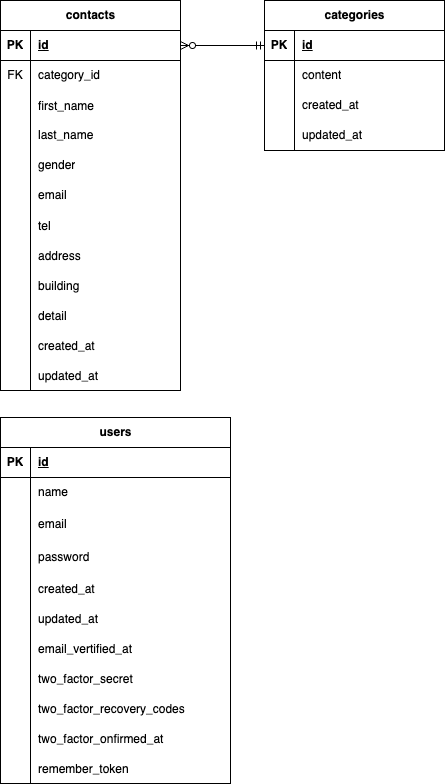
The draw.io diagram docments/index.drawio.png in kasumiunokuchi-afk/fashionably-late, before a commit. Source tidied: cells renumbered, new cells last; positions are measured from the earlier drawing's top-left corner, leaving out a move shared by most shapes.
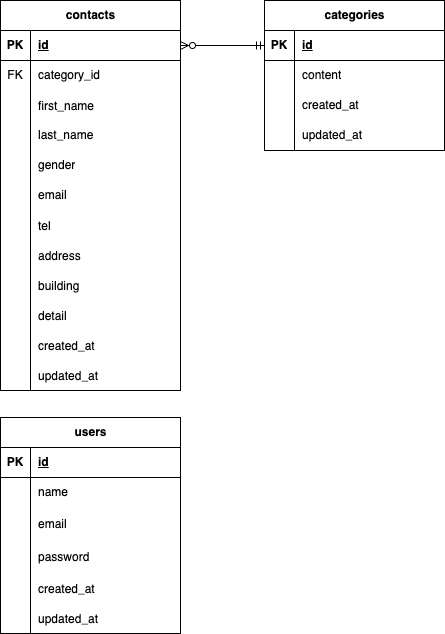
Above is the later version.

What changed in the source:
```diff
@@ -153,107 +153,62 @@
       <mxGeometry x="30" width="150" height="30" as="geometry" />
     </mxCell>
     <mxCell id="52" value="users" style="shape=table;startSize=30;rowLines=0;fontStyle=1;align=center;html=1;" parent="1" vertex="1">
-      <mxGeometry y="417" width="230" height="366" as="geometry" />
+      <mxGeometry y="417" width="180" height="216" as="geometry" />
     </mxCell>
     <mxCell id="53" style="shape=tableRow;horizontal=0;startSize=0;swimlaneHead=0;swimlaneBody=0;fillColor=none;top=0;left=0;right=0;bottom=1;" parent="52" vertex="1">
-      <mxGeometry y="30" width="230" height="30" as="geometry" />
+      <mxGeometry y="30" width="180" height="30" as="geometry" />
     </mxCell>
     <mxCell id="54" value="PK" style="shape=partialRectangle;fillColor=none;top=0;left=0;bottom=0;right=0;fontStyle=1;overflow=hidden;whiteSpace=wrap;html=1;" parent="53" vertex="1">
       <mxGeometry width="30" height="30" as="geometry" />
     </mxCell>
     <mxCell id="55" value="id" style="shape=partialRectangle;fillColor=none;top=0;left=0;bottom=0;right=0;align=left;spacingLeft=6;fontStyle=5;overflow=hidden;whiteSpace=wrap;html=1;" parent="53" vertex="1">
-      <mxGeometry x="30" width="200" height="30" as="geometry" />
+      <mxGeometry x="30" width="150" height="30" as="geometry" />
     </mxCell>
     <mxCell id="56" style="shape=tableRow;horizontal=0;startSize=0;swimlaneHead=0;swimlaneBody=0;fillColor=none;top=0;left=0;right=0;bottom=0;" parent="52" vertex="1">
-      <mxGeometry y="60" width="230" height="30" as="geometry" />
+      <mxGeometry y="60" width="180" height="30" as="geometry" />
     </mxCell>
     <mxCell id="57" style="shape=partialRectangle;fillColor=none;top=0;left=0;bottom=0;right=0;overflow=hidden;whiteSpace=wrap;html=1;" parent="56" vertex="1">
       <mxGeometry width="30" height="30" as="geometry" />
     </mxCell>
     <mxCell id="58" value="name" style="shape=partialRectangle;fillColor=none;top=0;left=0;bottom=0;right=0;align=left;spacingLeft=6;overflow=hidden;whiteSpace=wrap;html=1;" parent="56" vertex="1">
-      <mxGeometry x="30" width="200" height="30" as="geometry" />
+      <mxGeometry x="30" width="150" height="30" as="geometry" />
     </mxCell>
     <mxCell id="59" style="shape=tableRow;horizontal=0;startSize=0;swimlaneHead=0;swimlaneBody=0;fillColor=none;top=0;left=0;right=0;bottom=0;" parent="52" vertex="1">
-      <mxGeometry y="90" width="230" height="33" as="geometry" />
+      <mxGeometry y="90" width="180" height="33" as="geometry" />
     </mxCell>
     <mxCell id="60" style="shape=partialRectangle;fillColor=none;top=0;left=0;bottom=0;right=0;overflow=hidden;whiteSpace=wrap;html=1;" parent="59" vertex="1">
       <mxGeometry width="30" height="33" as="geometry" />
     </mxCell>
     <mxCell id="61" value="email" style="shape=partialRectangle;fillColor=none;top=0;left=0;bottom=0;right=0;align=left;spacingLeft=6;overflow=hidden;whiteSpace=wrap;html=1;" parent="59" vertex="1">
-      <mxGeometry x="30" width="200" height="33" as="geometry" />
+      <mxGeometry x="30" width="150" height="33" as="geometry" />
     </mxCell>
     <mxCell id="62" style="shape=tableRow;horizontal=0;startSize=0;swimlaneHead=0;swimlaneBody=0;fillColor=none;top=0;left=0;right=0;bottom=0;" parent="52" vertex="1">
-      <mxGeometry y="123" width="230" height="33" as="geometry" />
+      <mxGeometry y="123" width="180" height="33" as="geometry" />
     </mxCell>
     <mxCell id="63" style="shape=partialRectangle;fillColor=none;top=0;left=0;bottom=0;right=0;overflow=hidden;whiteSpace=wrap;html=1;" parent="62" vertex="1">
       <mxGeometry width="30" height="33" as="geometry" />
     </mxCell>
     <mxCell id="64" value="password" style="shape=partialRectangle;fillColor=none;top=0;left=0;bottom=0;right=0;align=left;spacingLeft=6;overflow=hidden;whiteSpace=wrap;html=1;" parent="62" vertex="1">
-      <mxGeometry x="30" width="200" height="33" as="geometry" />
+      <mxGeometry x="30" width="150" height="33" as="geometry" />
     </mxCell>
     <mxCell id="65" style="shape=tableRow;horizontal=0;startSize=0;swimlaneHead=0;swimlaneBody=0;fillColor=none;top=0;left=0;right=0;bottom=0;" parent="52" vertex="1">
-      <mxGeometry y="156" width="230" height="30" as="geometry" />
+      <mxGeometry y="156" width="180" height="30" as="geometry" />
     </mxCell>
     <mxCell id="66" style="shape=partialRectangle;fillColor=none;top=0;left=0;bottom=0;right=0;overflow=hidden;" parent="65" vertex="1">
       <mxGeometry width="30" height="30" as="geometry" />
     </mxCell>
     <mxCell id="67" value="created_at" style="shape=partialRectangle;fillColor=none;top=0;left=0;bottom=0;right=0;align=left;spacingLeft=6;overflow=hidden;" parent="65" vertex="1">
-      <mxGeometry x="30" width="200" height="30" as="geometry" />
+      <mxGeometry x="30" width="150" height="30" as="geometry" />
     </mxCell>
     <mxCell id="68" style="shape=tableRow;horizontal=0;startSize=0;swimlaneHead=0;swimlaneBody=0;fillColor=none;top=0;left=0;right=0;bottom=0;" parent="52" vertex="1">
-      <mxGeometry y="186" width="230" height="30" as="geometry" />
+      <mxGeometry y="186" width="180" height="30" as="geometry" />
     </mxCell>
     <mxCell id="69" style="shape=partialRectangle;fillColor=none;top=0;left=0;bottom=0;right=0;overflow=hidden;" parent="68" vertex="1">
       <mxGeometry width="30" height="30" as="geometry" />
     </mxCell>
     <mxCell id="70" value="updated_at" style="shape=partialRectangle;fillColor=none;top=0;left=0;bottom=0;right=0;align=left;spacingLeft=6;overflow=hidden;" parent="68" vertex="1">
-      <mxGeometry x="30" width="200" height="30" as="geometry" />
+      <mxGeometry x="30" width="150" height="30" as="geometry" />
     </mxCell>
-    <mxCell id="71" style="shape=tableRow;horizontal=0;startSize=0;swimlaneHead=0;swimlaneBody=0;fillColor=none;top=0;left=0;right=0;bottom=0;" parent="52" vertex="1">
-      <mxGeometry y="216" width="230" height="30" as="geometry" />
-    </mxCell>
-    <mxCell id="72" style="shape=partialRectangle;fillColor=none;top=0;left=0;bottom=0;right=0;overflow=hidden;" parent="71" vertex="1">
-      <mxGeometry width="30" height="30" as="geometry" />
-    </mxCell>
-    <mxCell id="73" value="email_vertified_at" style="shape=partialRectangle;fillColor=none;top=0;left=0;bottom=0;right=0;align=left;spacingLeft=6;overflow=hidden;" parent="71" vertex="1">
-      <mxGeometry x="30" width="200" height="30" as="geometry" />
-    </mxCell>
-    <mxCell id="74" style="shape=tableRow;horizontal=0;startSize=0;swimlaneHead=0;swimlaneBody=0;fillColor=none;top=0;left=0;right=0;bottom=0;" parent="52" vertex="1">
-      <mxGeometry y="246" width="230" height="30" as="geometry" />
-    </mxCell>
-    <mxCell id="75" style="shape=partialRectangle;fillColor=none;top=0;left=0;bottom=0;right=0;overflow=hidden;" parent="74" vertex="1">
-      <mxGeometry width="30" height="30" as="geometry" />
-    </mxCell>
-    <mxCell id="76" value="two_factor_secret" style="shape=partialRectangle;fillColor=none;top=0;left=0;bottom=0;right=0;align=left;spacingLeft=6;overflow=hidden;" parent="74" vertex="1">
-      <mxGeometry x="30" width="200" height="30" as="geometry" />
-    </mxCell>
-    <mxCell id="77" style="shape=tableRow;horizontal=0;startSize=0;swimlaneHead=0;swimlaneBody=0;fillColor=none;top=0;left=0;right=0;bottom=0;" parent="52" vertex="1">
-      <mxGeometry y="276" width="230" height="30" as="geometry" />
-    </mxCell>
-    <mxCell id="78" style="shape=partialRectangle;fillColor=none;top=0;left=0;bottom=0;right=0;overflow=hidden;" parent="77" vertex="1">
-      <mxGeometry width="30" height="30" as="geometry" />
-    </mxCell>
-    <mxCell id="79" value="two_factor_recovery_codes" style="shape=partialRectangle;fillColor=none;top=0;left=0;bottom=0;right=0;align=left;spacingLeft=6;overflow=hidden;" parent="77" vertex="1">
-      <mxGeometry x="30" width="200" height="30" as="geometry" />
-    </mxCell>
-    <mxCell id="80" style="shape=tableRow;horizontal=0;startSize=0;swimlaneHead=0;swimlaneBody=0;fillColor=none;top=0;left=0;right=0;bottom=0;" parent="52" vertex="1">
-      <mxGeometry y="306" width="230" height="30" as="geometry" />
-    </mxCell>
-    <mxCell id="81" style="shape=partialRectangle;fillColor=none;top=0;left=0;bottom=0;right=0;overflow=hidden;" parent="80" vertex="1">
-      <mxGeometry width="30" height="30" as="geometry" />
-    </mxCell>
-    <mxCell id="82" value="two_factor_onfirmed_at" style="shape=partialRectangle;fillColor=none;top=0;left=0;bottom=0;right=0;align=left;spacingLeft=6;overflow=hidden;" parent="80" vertex="1">
-      <mxGeometry x="30" width="200" height="30" as="geometry" />
-    </mxCell>
-    <mxCell id="83" style="shape=tableRow;horizontal=0;startSize=0;swimlaneHead=0;swimlaneBody=0;fillColor=none;top=0;left=0;right=0;bottom=0;" parent="52" vertex="1">
-      <mxGeometry y="336" width="230" height="30" as="geometry" />
-    </mxCell>
-    <mxCell id="84" style="shape=partialRectangle;fillColor=none;top=0;left=0;bottom=0;right=0;overflow=hidden;" parent="83" vertex="1">
-      <mxGeometry width="30" height="30" as="geometry" />
-    </mxCell>
-    <mxCell id="85" value="remember_token" style="shape=partialRectangle;fillColor=none;top=0;left=0;bottom=0;right=0;align=left;spacingLeft=6;overflow=hidden;" parent="83" vertex="1">
-      <mxGeometry x="30" width="200" height="30" as="geometry" />
-    </mxCell>
     <mxCell id="86" style="edgeStyle=orthogonalEdgeStyle;html=1;entryX=0;entryY=0.5;entryDx=0;entryDy=0;exitX=1;exitY=0.5;exitDx=0;exitDy=0;startArrow=ERzeroToMany;startFill=0;endArrow=ERmandOne;endFill=0;" parent="1" edge="1" source="3" target="40">
       <mxGeometry relative="1" as="geometry" />
     </mxCell>
```
